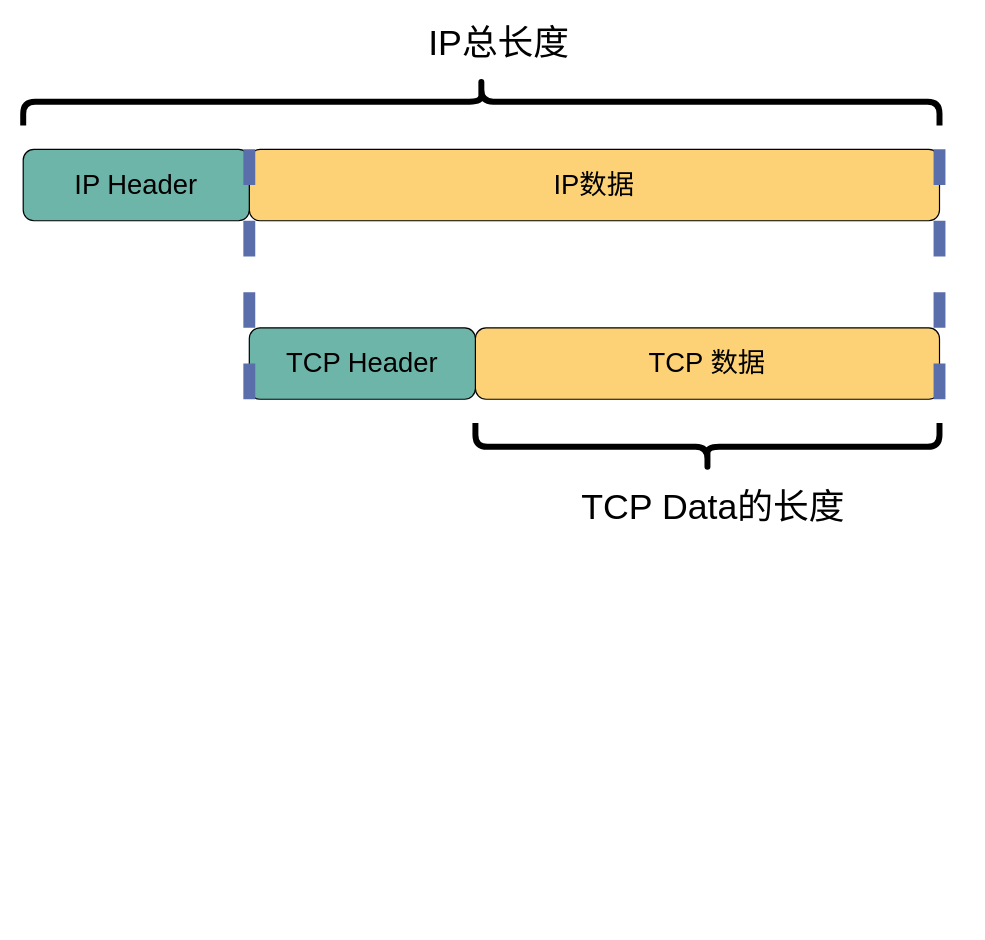
Above: network/IP切片与重组.drawio in xiaobaiTech/image (draw.io), before the change. Source tidied: cells renumbered, new cells numbered last; positions are measured from the earlier drawing's top-left corner, leaving out a move shared by most shapes. Both pictures are drawn from the tidied source at 119%, with x=0, y=0 at pixel (23, 30).
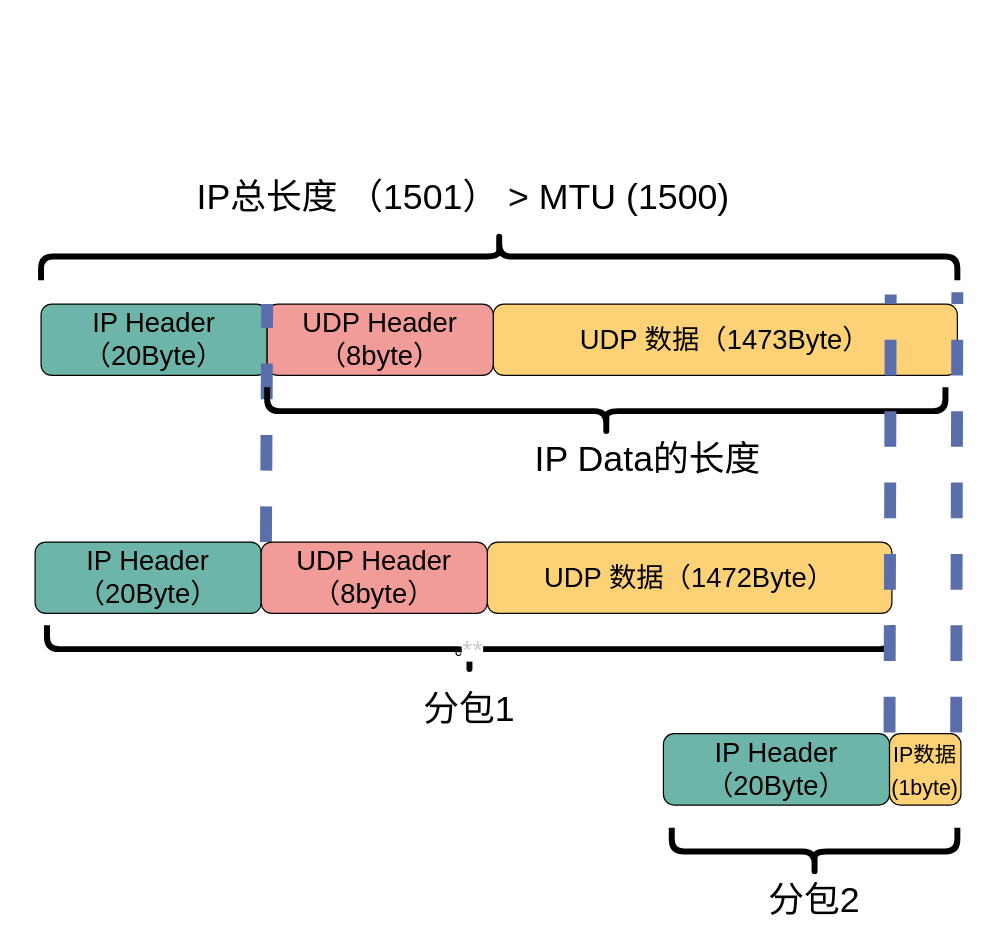
After the change.

Commit message:
Update IP切片与重组.drawio

What changed in the source:
```diff
@@
-    <mxCell id="2" value="&lt;font style=&quot;font-size: 23px&quot;&gt;IP数据&lt;/font&gt;" style="rounded=1;whiteSpace=wrap;html=1;fontSize=23;fillColor=#FDD276;" parent="1" vertex="1">
-      <mxGeometry x="190" y="100" width="580" height="60" as="geometry" />
-    </mxCell>
-    <mxCell id="3" value="&lt;font style=&quot;font-size: 23px&quot;&gt;IP Header&lt;/font&gt;" style="rounded=1;whiteSpace=wrap;html=1;fontSize=23;fillColor=#6DB5A8;" parent="1" vertex="1">
-      <mxGeometry y="100" width="190" height="60" as="geometry" />
+    <mxCell id="3" value="&lt;font style=&quot;font-size: 23px&quot;&gt;IP Header（20Byte）&lt;/font&gt;" style="rounded=1;whiteSpace=wrap;html=1;fontSize=23;fillColor=#6DB5A8;" parent="1" vertex="1">
+      <mxGeometry x="15" y="230" width="190" height="60" as="geometry" />
     </mxCell>
-    <mxCell id="4" value="&lt;font style=&quot;font-size: 23px&quot;&gt;TCP 数据&lt;/font&gt;" style="rounded=1;whiteSpace=wrap;html=1;fontSize=23;fillColor=#FDD276;" parent="1" vertex="1">
-      <mxGeometry x="380" y="250" width="390" height="60" as="geometry" />
+    <mxCell id="4" value="&lt;font style=&quot;font-size: 23px&quot;&gt;UDP 数据（1473Byte）&lt;/font&gt;" style="rounded=1;whiteSpace=wrap;html=1;fontSize=23;fillColor=#FDD276;" parent="1" vertex="1">
+      <mxGeometry x="395" y="230" width="390" height="60" as="geometry" />
     </mxCell>
-    <mxCell id="5" value="&lt;font style=&quot;font-size: 23px&quot;&gt;TCP Header&lt;/font&gt;" style="rounded=1;whiteSpace=wrap;html=1;fontSize=23;fillColor=#6DB5A8;" parent="1" vertex="1">
-      <mxGeometry x="190" y="250" width="190" height="60" as="geometry" />
+    <mxCell id="5" value="&lt;font style=&quot;font-size: 23px&quot;&gt;UDP Header（8byte）&lt;/font&gt;" style="rounded=1;whiteSpace=wrap;html=1;fontSize=23;fillColor=#F19C99;" parent="1" vertex="1">
+      <mxGeometry x="205" y="230" width="190" height="60" as="geometry" />
     </mxCell>
     <mxCell id="6" style="endArrow=none;dashed=1;html=1;strokeWidth=10;strokeColor=#5A6EAB;" parent="1" edge="1">
       <mxGeometry relative="1" as="geometry">
-        <mxPoint x="190" y="310" as="sourcePoint" />
-        <mxPoint x="190" y="90" as="targetPoint" />
+        <mxPoint x="204" y="430" as="sourcePoint" />
+        <mxPoint x="205" y="230" as="targetPoint" />
       </mxGeometry>
     </mxCell>
     <mxCell id="7" style="endArrow=none;dashed=1;html=1;strokeWidth=10;strokeColor=#5A6EAB;" parent="1" edge="1">
       <mxGeometry relative="1" as="geometry">
-        <mxPoint x="770" y="310" as="sourcePoint" />
-        <mxPoint x="770" y="90" as="targetPoint" />
+        <mxPoint x="784" y="590" as="sourcePoint" />
+        <mxPoint x="785" y="220" as="targetPoint" />
       </mxGeometry>
     </mxCell>
     <mxCell id="8" style="shape=curlyBracket;whiteSpace=wrap;html=1;rounded=1;direction=north;strokeWidth=5;" parent="1" vertex="1">
-      <mxGeometry x="380" y="330" width="390" height="40" as="geometry" />
+      <mxGeometry x="205" y="300" width="570" height="40" as="geometry" />
     </mxCell>
-    <mxCell id="9" value="&lt;font style=&quot;font-size: 30px&quot;&gt;TCP Data的长度&lt;/font&gt;" style="text;html=1;strokeColor=none;fillColor=none;align=center;verticalAlign=middle;whiteSpace=wrap;rounded=0;" parent="1" vertex="1">
-      <mxGeometry x="460" y="390" width="240" height="20" as="geometry" />
+    <mxCell id="9" value="&lt;font style=&quot;font-size: 30px&quot;&gt;IP Data的长度&lt;/font&gt;" style="text;html=1;strokeColor=none;fillColor=none;align=center;verticalAlign=middle;whiteSpace=wrap;rounded=0;" parent="1" vertex="1">
+      <mxGeometry x="405" y="350" width="240" height="20" as="geometry" />
     </mxCell>
     <mxCell id="10" style="shape=curlyBracket;whiteSpace=wrap;html=1;rounded=1;direction=south;strokeWidth=5;" parent="1" vertex="1">
-      <mxGeometry y="40" width="770" height="40" as="geometry" />
+      <mxGeometry x="15" y="170" width="770" height="40" as="geometry" />
     </mxCell>
-    <mxCell id="11" value="&lt;font style=&quot;font-size: 30px&quot;&gt;IP总长度&lt;/font&gt;" style="text;html=1;strokeColor=none;fillColor=none;align=center;verticalAlign=middle;whiteSpace=wrap;rounded=0;" parent="1" vertex="1">
-      <mxGeometry x="280" width="240" height="20" as="geometry" />
+    <mxCell id="11" value="&lt;font style=&quot;font-size: 30px&quot;&gt;IP总长度 （1501） &amp;gt; MTU (1500)&lt;/font&gt;" style="text;html=1;strokeColor=none;fillColor=none;align=center;verticalAlign=middle;whiteSpace=wrap;rounded=0;" parent="1" vertex="1">
+      <mxGeometry x="85" y="130" width="570" height="20" as="geometry" />
     </mxCell>
+    <mxCell id="12" value="&lt;font style=&quot;font-size: 23px&quot;&gt;IP Header（20Byte）&lt;/font&gt;" style="rounded=1;whiteSpace=wrap;html=1;fontSize=23;fillColor=#6DB5A8;" parent="1" vertex="1">
+      <mxGeometry x="10" y="430" width="190" height="60" as="geometry" />
+    </mxCell>
+    <mxCell id="13" value="&lt;font style=&quot;font-size: 23px&quot;&gt;UDP 数据（1472Byte）&lt;/font&gt;" style="rounded=1;whiteSpace=wrap;html=1;fontSize=23;fillColor=#FDD276;" parent="1" vertex="1">
+      <mxGeometry x="390" y="430" width="340" height="60" as="geometry" />
+    </mxCell>
+    <mxCell id="14" value="&lt;font style=&quot;font-size: 23px&quot;&gt;UDP Header（8byte）&lt;/font&gt;" style="rounded=1;whiteSpace=wrap;html=1;fontSize=23;fillColor=#F19C99;" parent="1" vertex="1">
+      <mxGeometry x="200" y="430" width="190" height="60" as="geometry" />
+    </mxCell>
+    <mxCell id="15" value="&lt;font style=&quot;font-size: 23px&quot;&gt;IP Header（20Byte）&lt;/font&gt;" style="rounded=1;whiteSpace=wrap;html=1;fontSize=23;fillColor=#6DB5A8;" parent="1" vertex="1">
+      <mxGeometry x="538" y="591" width="190" height="60" as="geometry" />
+    </mxCell>
+    <mxCell id="16" value="c&lt;span style=&quot;color: rgb(199 , 197 , 197) ; font-family: &amp;#34;open sans&amp;#34; , &amp;#34;clear sans&amp;#34; , &amp;#34;helvetica neue&amp;#34; , &amp;#34;helvetica&amp;#34; , &amp;#34;arial&amp;#34; , sans-serif ; font-size: 16px ; text-align: left ; background-color: rgb(255 , 255 , 255)&quot;&gt;**&lt;/span&gt;" style="shape=curlyBracket;whiteSpace=wrap;html=1;rounded=1;direction=north;strokeWidth=5;" parent="1" vertex="1">
+      <mxGeometry x="20" y="500" width="710" height="40" as="geometry" />
+    </mxCell>
+    <mxCell id="17" value="&lt;font style=&quot;font-size: 18px&quot;&gt;IP数据(1byte)&lt;/font&gt;" style="rounded=1;whiteSpace=wrap;html=1;fontSize=23;fillColor=#FDD276;" parent="1" vertex="1">
+      <mxGeometry x="728" y="591" width="60" height="60" as="geometry" />
+    </mxCell>
+    <mxCell id="18" style="endArrow=none;dashed=1;html=1;strokeWidth=10;strokeColor=#5A6EAB;" parent="1" edge="1">
+      <mxGeometry relative="1" as="geometry">
+        <mxPoint x="728" y="590" as="sourcePoint" />
+        <mxPoint x="729" y="222" as="targetPoint" />
+      </mxGeometry>
+    </mxCell>
+    <mxCell id="19" style="shape=curlyBracket;whiteSpace=wrap;html=1;rounded=1;direction=north;strokeWidth=5;" parent="1" vertex="1">
+      <mxGeometry x="545" y="670" width="240" height="40" as="geometry" />
+    </mxCell>
+    <mxCell id="20" value="&lt;font style=&quot;font-size: 30px&quot;&gt;分包1&lt;/font&gt;" style="text;html=1;strokeColor=none;fillColor=none;align=center;verticalAlign=middle;whiteSpace=wrap;rounded=0;" parent="1" vertex="1">
+      <mxGeometry x="330" y="560" width="90" height="20" as="geometry" />
+    </mxCell>
+    <mxCell id="21" value="&lt;font style=&quot;font-size: 30px&quot;&gt;分包2&lt;/font&gt;" style="text;html=1;strokeColor=none;fillColor=none;align=center;verticalAlign=middle;whiteSpace=wrap;rounded=0;" parent="1" vertex="1">
+      <mxGeometry x="620" y="720" width="90" height="20" as="geometry" />
+    </mxCell>
```
